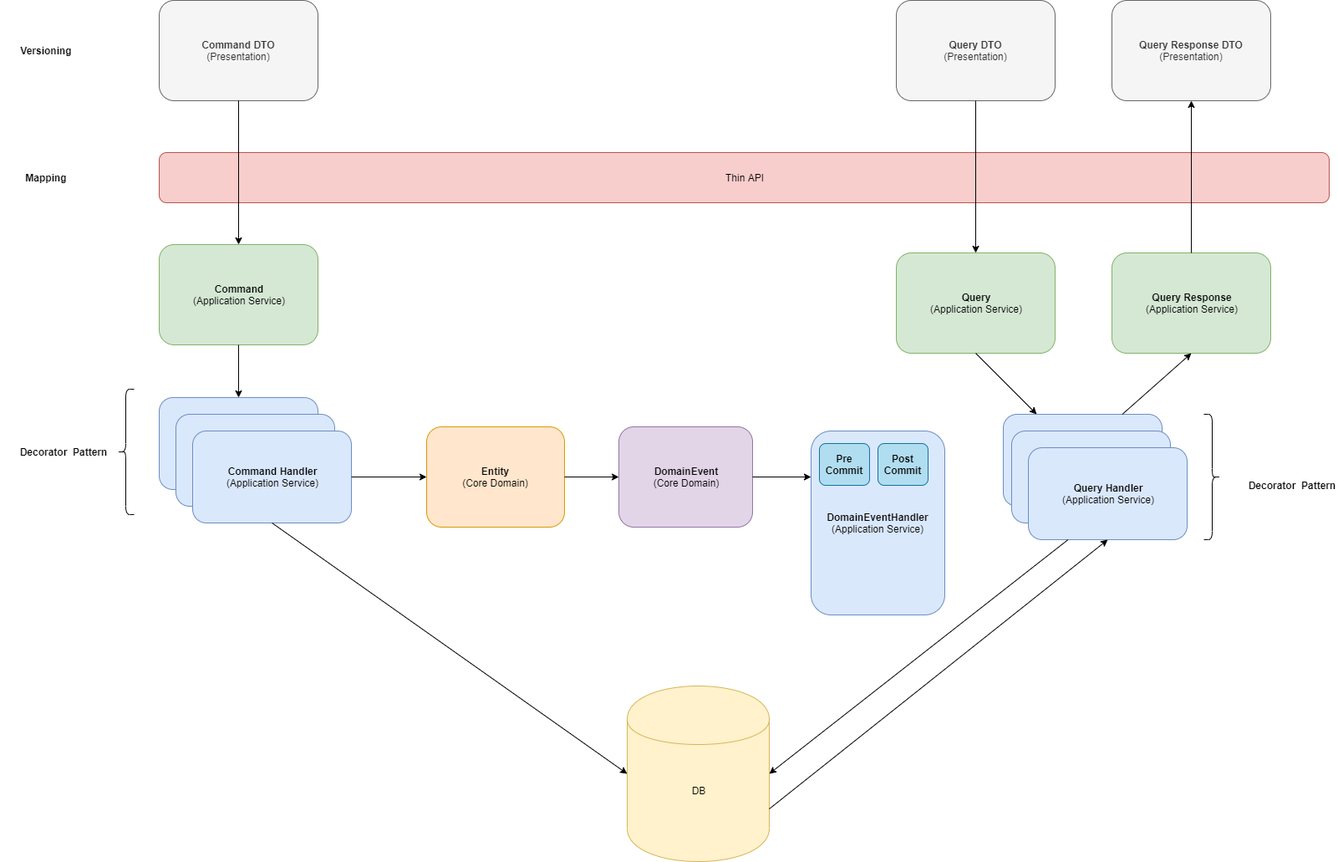
Above: diagram.png in davidikin45/Cqrs (draw.io), before the change. Source tidied: cells renumbered, new cells last; positions are measured from the earlier drawing's top-left corner, leaving out a move shared by most shapes.
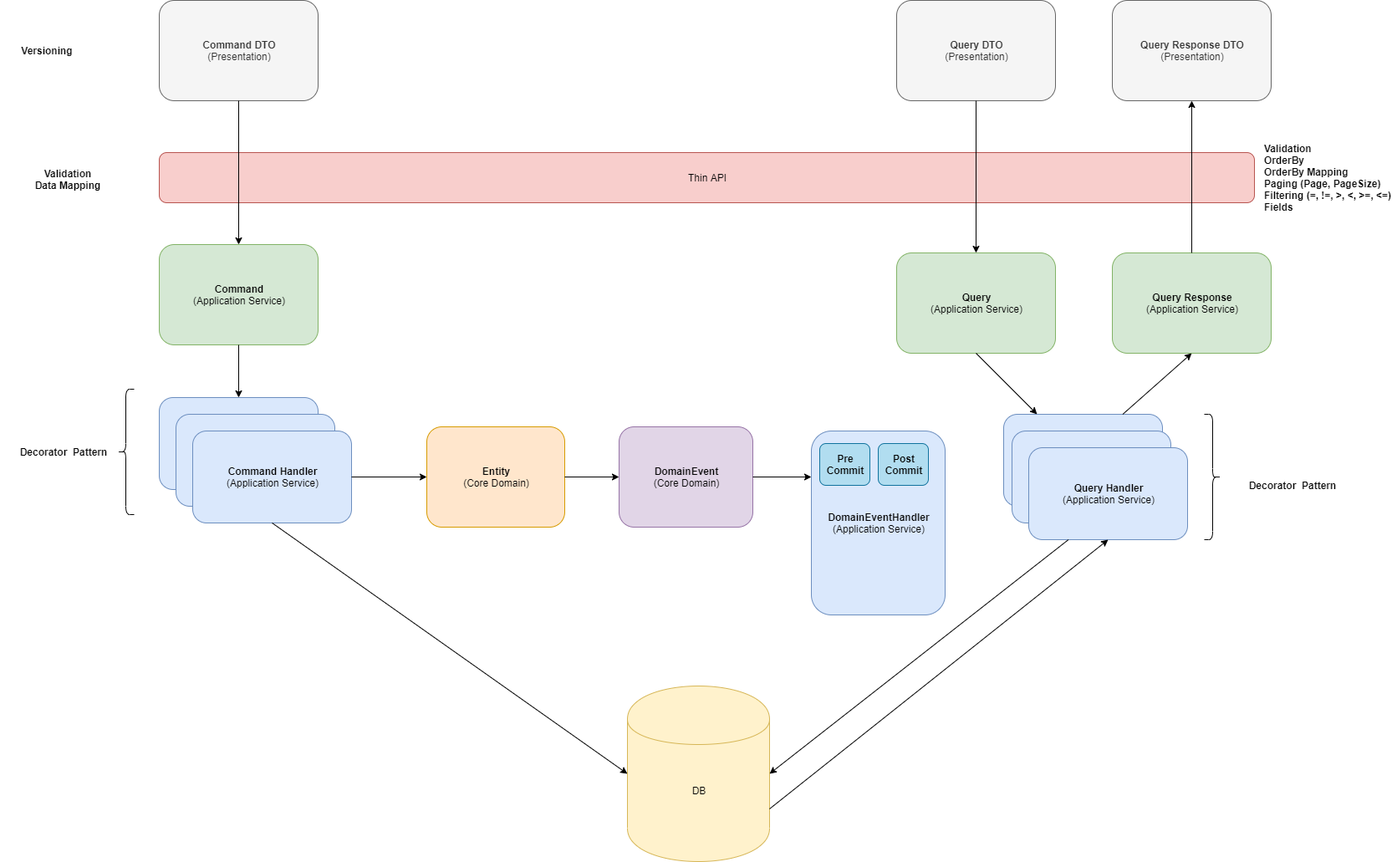
Later version of the same file.

The edit, as a diff of the source:
```diff
@@ -18,7 +18,7 @@
       <mxGeometry x="1200" y="495" width="190" height="110" as="geometry" />
     </mxCell>
     <mxCell id="7" value="Thin API" style="rounded=1;whiteSpace=wrap;html=1;fillColor=#f8cecc;strokeColor=#b85450;" parent="1" vertex="1">
-      <mxGeometry x="190" y="182" width="1400" height="60" as="geometry" />
+      <mxGeometry x="190" y="182" width="1310" height="60" as="geometry" />
     </mxCell>
     <mxCell id="8" value="CommandHandler" style="rounded=1;whiteSpace=wrap;html=1;fillColor=#dae8fc;strokeColor=#6c8ebf;" parent="1" vertex="1">
       <mxGeometry x="210" y="495" width="190" height="110" as="geometry" />
@@ -104,8 +104,8 @@
     <mxCell id="35" value="Versioning" style="text;html=1;strokeColor=none;fillColor=none;align=center;verticalAlign=middle;whiteSpace=wrap;rounded=0;shadow=0;fontStyle=1;" parent="1" vertex="1">
       <mxGeometry y="50" width="110" height="20" as="geometry" />
     </mxCell>
-    <mxCell id="36" value="Mapping" style="text;html=1;strokeColor=none;fillColor=none;align=center;verticalAlign=middle;whiteSpace=wrap;rounded=0;shadow=0;fontStyle=1;" parent="1" vertex="1">
-      <mxGeometry y="202" width="110" height="20" as="geometry" />
+    <mxCell id="36" value="Validation&lt;br&gt;Data Mapping&lt;br&gt;" style="text;html=1;strokeColor=none;fillColor=none;align=center;verticalAlign=middle;whiteSpace=wrap;rounded=0;shadow=0;fontStyle=1;" parent="1" vertex="1">
+      <mxGeometry y="202" width="160" height="23" as="geometry" />
     </mxCell>
     <mxCell id="37" value="&lt;b&gt;Pre Commit&lt;/b&gt;" style="rounded=1;whiteSpace=wrap;html=1;fillColor=#b1ddf0;strokeColor=#10739e;" parent="1" vertex="1">
       <mxGeometry x="980" y="530" width="60" height="50" as="geometry" />
@@ -113,5 +113,8 @@
     <mxCell id="38" value="&lt;b&gt;Post Commit&lt;/b&gt;" style="rounded=1;whiteSpace=wrap;html=1;fillColor=#b1ddf0;strokeColor=#10739e;" parent="1" vertex="1">
       <mxGeometry x="1050" y="530" width="60" height="50" as="geometry" />
     </mxCell>
+    <mxCell id="39" value="Validation&lt;br&gt;OrderBy&lt;br&gt;OrderBy Mapping&lt;br&gt;Paging (Page, PageSize)&lt;br&gt;Filtering (=, !=, &amp;gt;, &amp;lt;, &amp;gt;=, &amp;lt;=)&lt;br&gt;Fields" style="text;html=1;strokeColor=none;fillColor=none;align=left;verticalAlign=middle;whiteSpace=wrap;rounded=0;shadow=0;fontStyle=1;" parent="1" vertex="1">
+      <mxGeometry x="1510" y="200.5" width="160" height="23" as="geometry" />
+    </mxCell>
   </root>
 </mxGraphModel>
```
